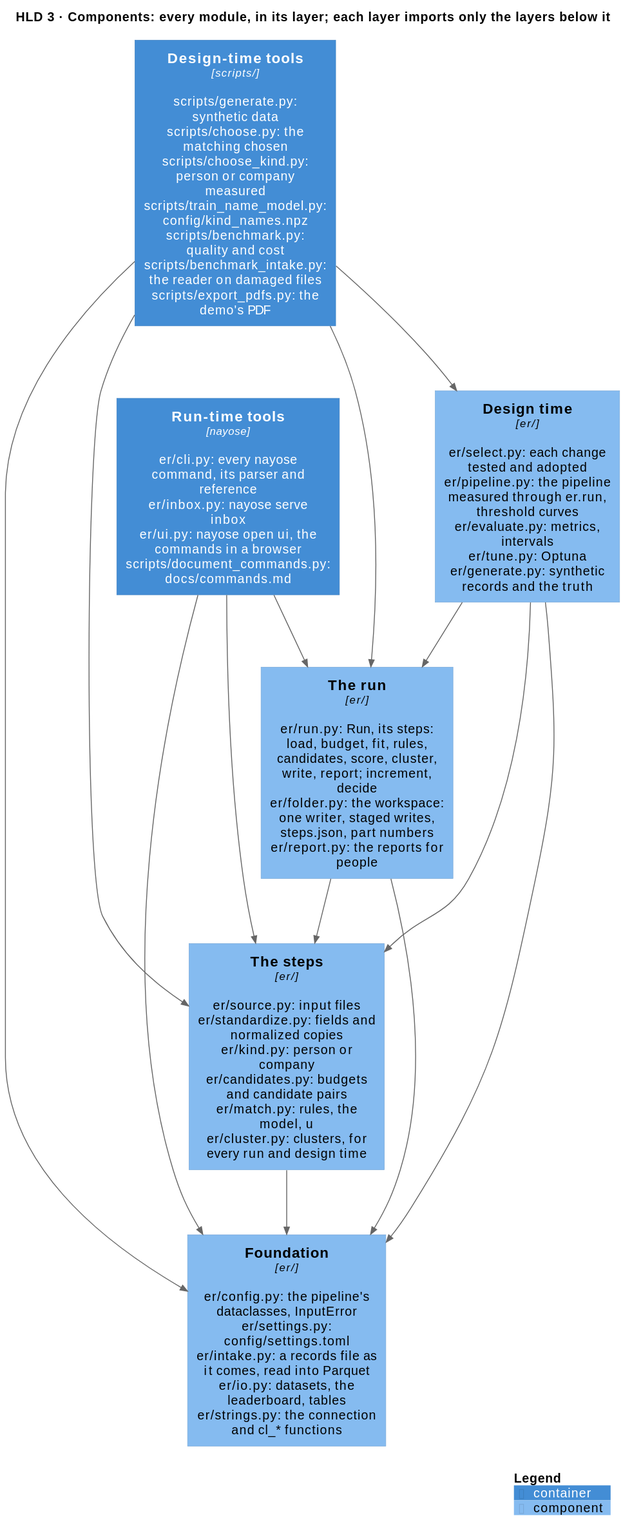
Earlier version of the PlantUML export docs/diagrams/components.svg (mvsbm/entity_matching).
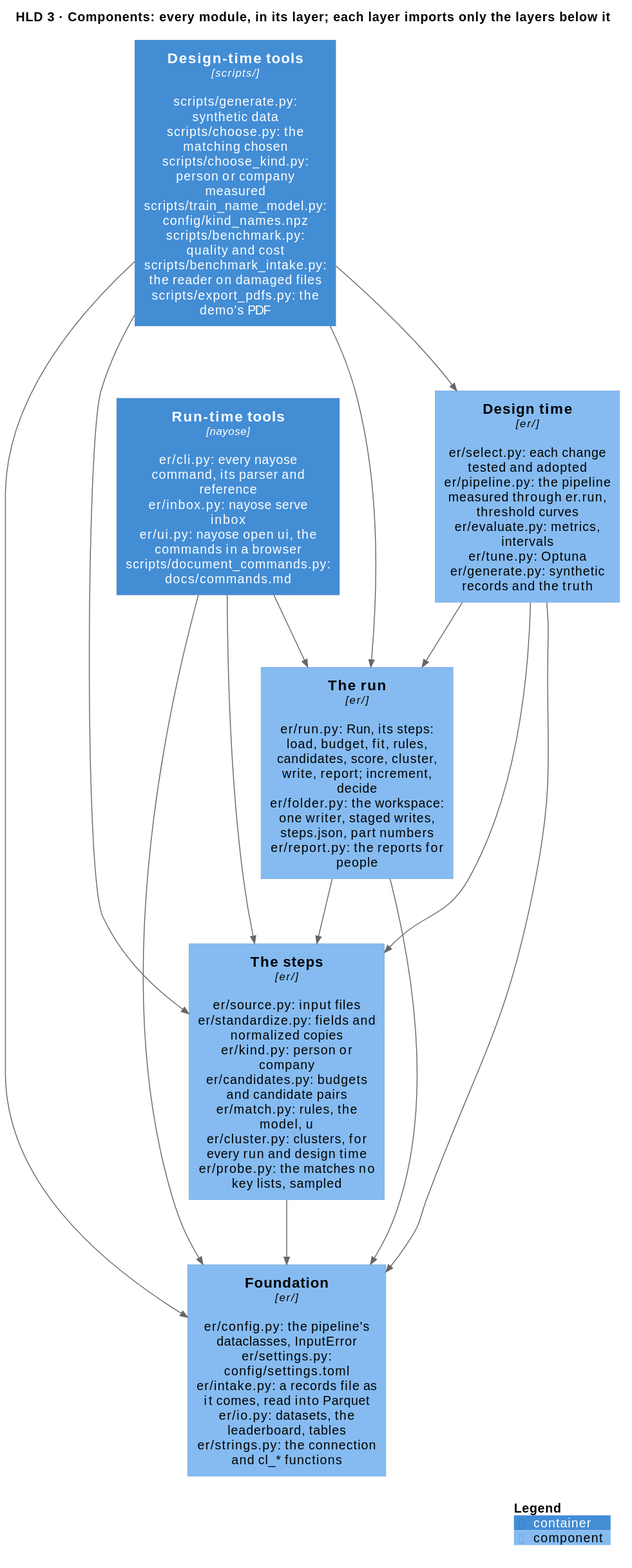
After the commit.

The edit, as a diff of the source:
```diff
@@ -9,7 +9,7 @@
 
 Component(run, "The run", "er/", "er/run.py: Run, its steps: load, budget, fit, rules, candidates, score, cluster, write, report; increment, decide\ner/folder.py: the workspace: one writer, staged writes, steps.json, part numbers\ner/report.py: the reports for people")
 Component(design, "Design time", "er/", "er/select.py: each change tested and adopted\ner/pipeline.py: the pipeline measured through er.run, threshold curves\ner/evaluate.py: metrics, intervals\ner/tune.py: Optuna\ner/generate.py: synthetic records and the truth")
-Component(steps, "The steps", "er/", "er/source.py: input files\ner/standardize.py: fields and normalized copies\ner/kind.py: person or company\ner/candidates.py: budgets and candidate pairs\ner/match.py: rules, the model, u\ner/cluster.py: clusters, for every run and design time")
+Component(steps, "The steps", "er/", "er/source.py: input files\ner/standardize.py: fields and normalized copies\ner/kind.py: person or company\ner/candidates.py: budgets and candidate pairs\ner/match.py: rules, the model, u\ner/cluster.py: clusters, for every run and design time\ner/probe.py: the matches no key lists, sampled")
 Component(configuration, "Foundation", "er/", "er/config.py: the pipeline's dataclasses, InputError\ner/settings.py: config/settings.toml\ner/intake.py: a records file as it comes, read into Parquet\ner/io.py: datasets, the leaderboard, tables\ner/strings.py: the connection and cl_* functions")
 
 Rel_D(tools_run, run, "")
```
